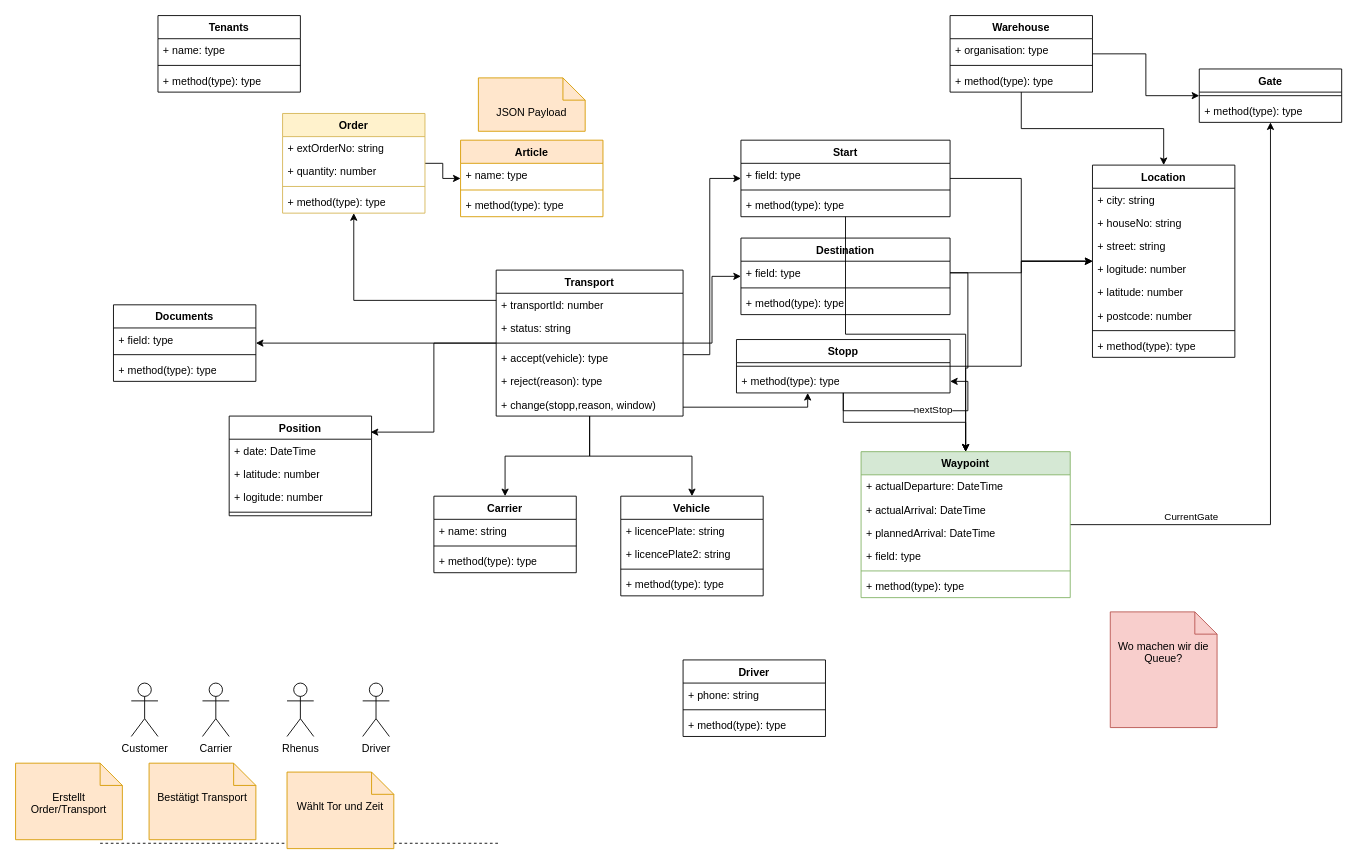
Earlier version of the draw.io diagram Loadlane.Domain/Docs/model.drawio (biclighter81/loadlane). Source tidied: cells renumbered, new cells numbered last; positions are measured from the earlier drawing's top-left corner, leaving out a move shared by most shapes. Both pictures are drawn from the tidied source at 89%, with x=0, y=0 at pixel (15, 15).
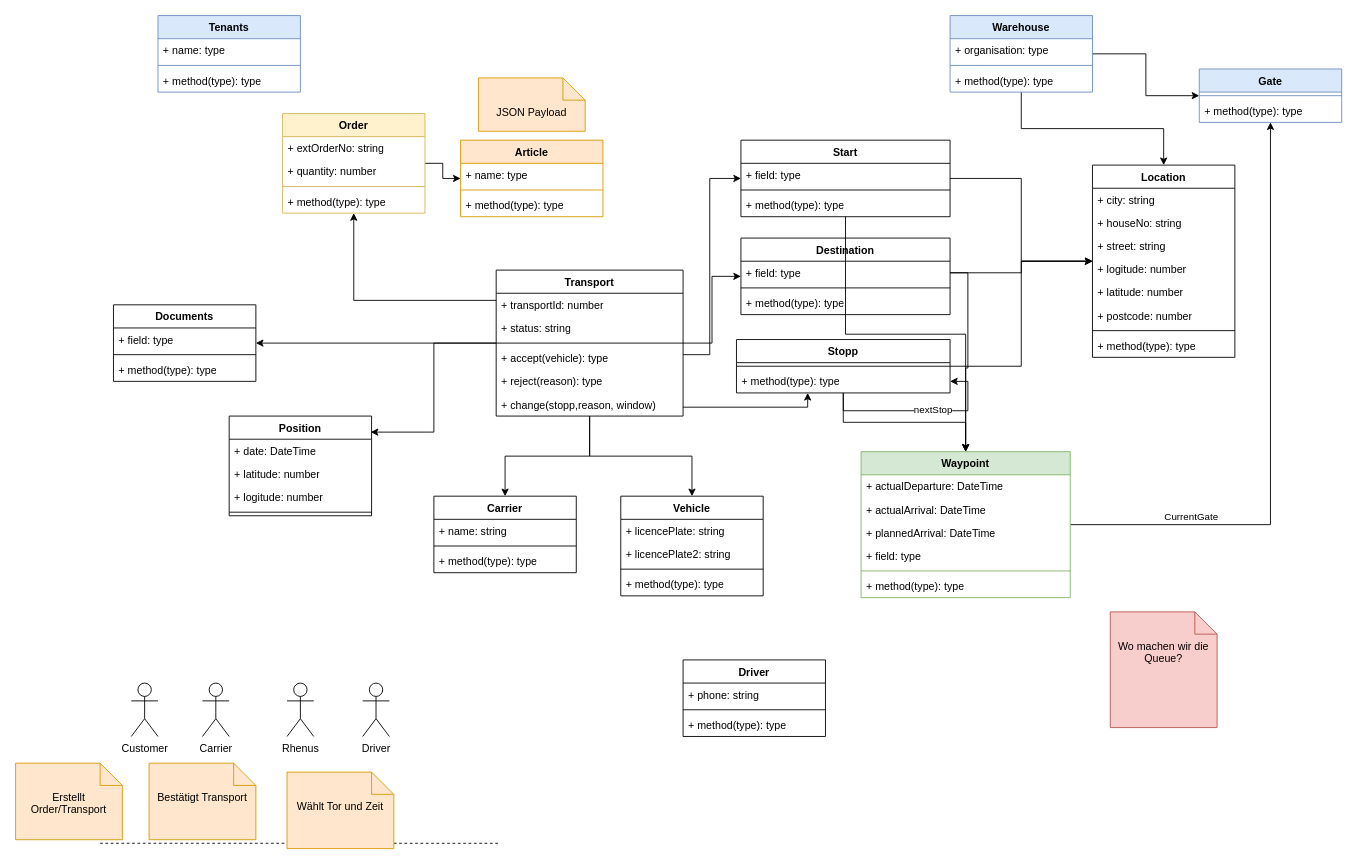
The same page after the edit.

The edit, as a diff of the source:
```diff
@@
-    <mxCell id="54" value="Tenants" style="swimlane;fontStyle=1;align=center;verticalAlign=top;horizontal=1;startSize=26;whiteSpace=wrap;html=1;" parent="1" vertex="1">
+    <mxCell id="54" value="Tenants" style="swimlane;fontStyle=1;align=center;verticalAlign=top;horizontal=1;startSize=26;whiteSpace=wrap;html=1;fillColor=#dae8fc;strokeColor=#6c8ebf;" parent="1" vertex="1">
       <mxGeometry x="160" width="160" height="86" as="geometry" />
     </mxCell>
@@
-    <mxCell id="60" value="Warehouse" style="swimlane;fontStyle=1;align=center;verticalAlign=top;horizontal=1;startSize=26;whiteSpace=wrap;html=1;" parent="1" vertex="1">
+    <mxCell id="60" value="Warehouse" style="swimlane;fontStyle=1;align=center;verticalAlign=top;horizontal=1;startSize=26;whiteSpace=wrap;html=1;fillColor=#dae8fc;strokeColor=#6c8ebf;" parent="1" vertex="1">
       <mxGeometry x="1050" width="160" height="86" as="geometry" />
     </mxCell>
@@
-    <mxCell id="105" value="Gate" style="swimlane;fontStyle=1;align=center;verticalAlign=top;horizontal=1;startSize=26;whiteSpace=wrap;html=1;" parent="1" vertex="1">
+    <mxCell id="105" value="Gate" style="swimlane;fontStyle=1;align=center;verticalAlign=top;horizontal=1;startSize=26;whiteSpace=wrap;html=1;fillColor=#dae8fc;strokeColor=#6c8ebf;" parent="1" vertex="1">
       <mxGeometry x="1330" y="60" width="160" height="60" as="geometry" />
     </mxCell>
```
